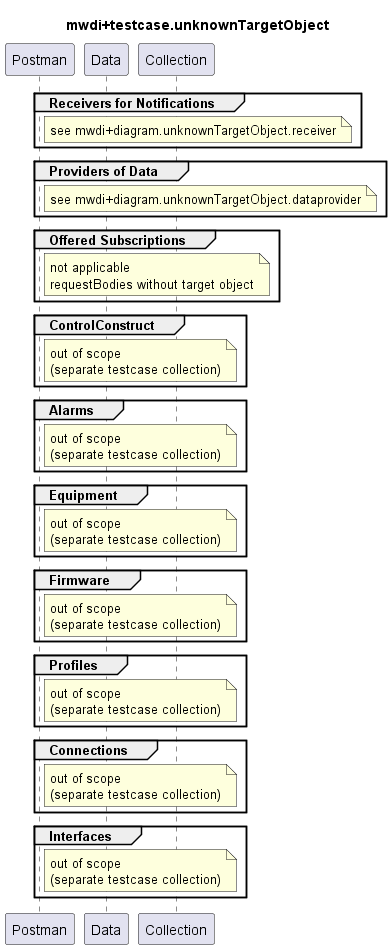
The PlantUML diagram testing/2_functional/unknownTargetObject/mwdi+diagram.unknownTargetObject.png in openBackhaul/MicroWaveDeviceInventory, before a commit.
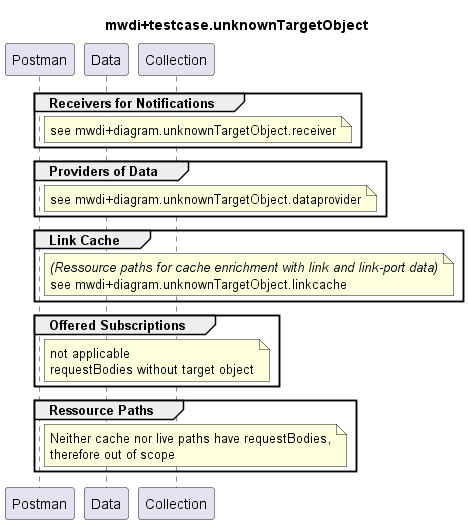
Above is the later version.

Commit message:
link cache prep

Diff of the diagram source:
```diff
@@ -20,6 +20,13 @@
   end note
 end
 
+group Link Cache
+  note right Postman
+    <i>(Ressource paths for cache enrichment with link and link-port data)</i>
+    see mwdi+diagram.unknownTargetObject.linkcache
+  end note
+end
+
 group Offered Subscriptions
   note right Postman
     not applicable
@@ -27,52 +34,10 @@
   end note
 end
 
-group ControlConstruct
+group Ressource Paths
   note right Postman
-    out of scope
-    (separate testcase collection)
-  end note
-end
-
-group Alarms
-  note right Postman
-    out of scope
-    (separate testcase collection)
-  end note
-end
-
-group Equipment
-  note right Postman
-    out of scope
-    (separate testcase collection)
-  end note
-end
-
-group Firmware
-  note right Postman
-    out of scope
-    (separate testcase collection)
-  end note
-end
-
-group Profiles
-  note right Postman
-    out of scope
-    (separate testcase collection)
-  end note
-end
-
-group Connections
-  note right Postman
-    out of scope
-    (separate testcase collection)
-  end note
-end
-
-group Interfaces
-  note right Postman
-    out of scope
-    (separate testcase collection)
+    Neither cache nor live paths have requestBodies,
+    therefore out of scope
   end note
 end
 
```
